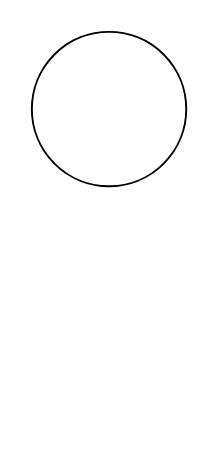
This is TC2/Maquina de vendas.drawio from JoaoVargas/2023.1.LFA, a draw.io file, before an edit. Source tidied: cells renumbered, new cells numbered last; positions are measured from the earlier drawing's top-left corner, leaving out a move shared by most shapes. Both pictures are drawn from the tidied source at 193%, with x=0, y=0 at pixel (31, 31).
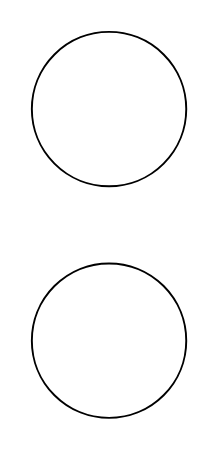
Above is the later version.

Diff of the diagram source:
```diff
@@
 <mxGraphModel>
   <root>
     <mxCell id="0" />
     <mxCell id="1" parent="0" />
     <mxCell id="2" style="ellipse;whiteSpace=wrap;html=1;" parent="1" vertex="1">
       <mxGeometry width="80" height="80" as="geometry" />
     </mxCell>
+    <mxCell id="3" style="ellipse;whiteSpace=wrap;html=1;" parent="1" vertex="1">
+      <mxGeometry y="120" width="80" height="80" as="geometry" />
+    </mxCell>
   </root>
 </mxGraphModel>
```
